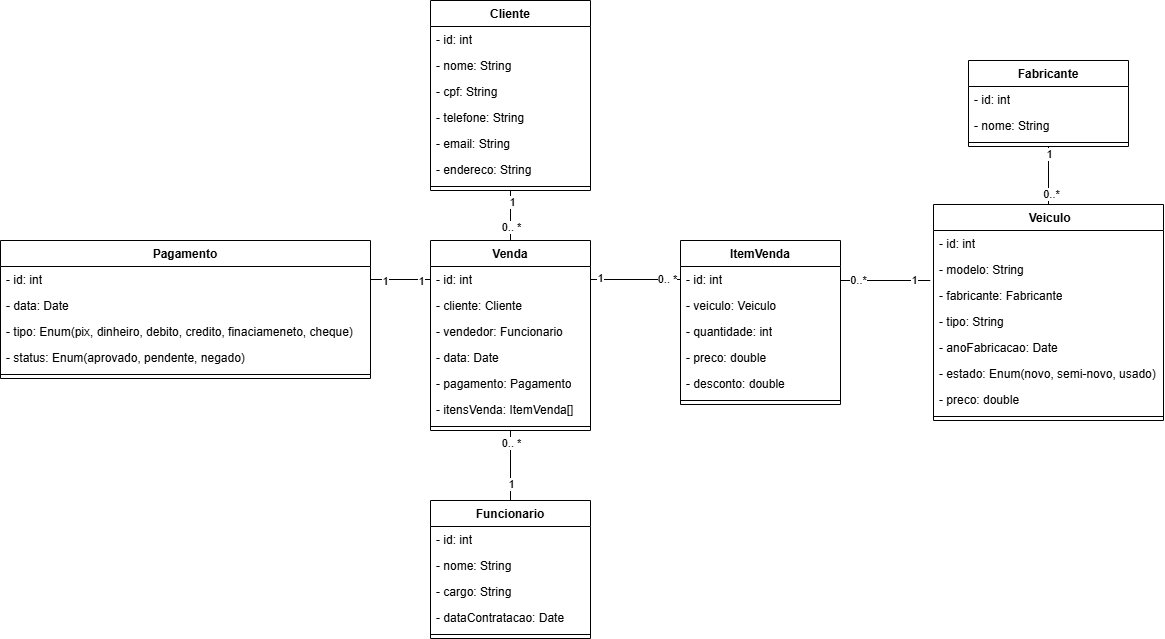
Above: uml/POO Modelagem.drawio.png in NickMLN/Concessionaria-Java (draw.io), before the change. Source tidied: cells renumbered, new cells last; positions are measured from the earlier drawing's top-left corner, leaving out a move shared by most shapes.
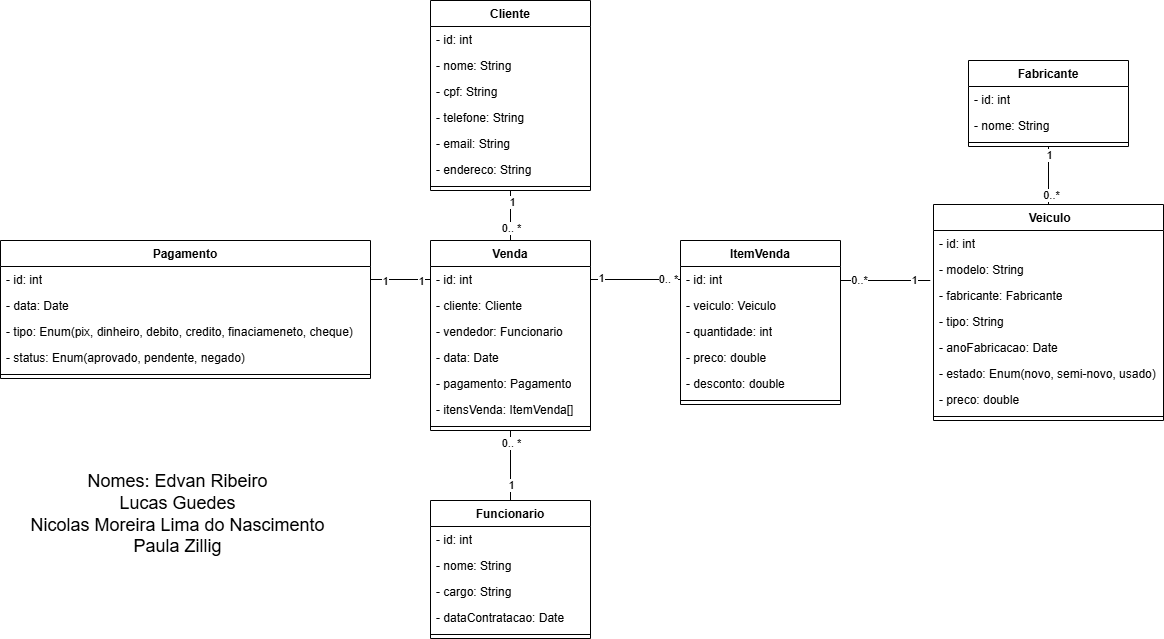
The same diagram one commit later.

Diff of the diagram source:
```diff
@@ -211,5 +211,8 @@
     <mxCell id="67" value="1" style="edgeLabel;html=1;align=center;verticalAlign=middle;" parent="65" vertex="1">
       <mxGeometry x="0.64" y="1" relative="1" as="geometry" />
     </mxCell>
+    <mxCell id="68" value="&lt;font style=&quot;text-wrap-mode: nowrap;&quot;&gt;Nomes: Edvan Ribeiro&lt;/font&gt;&lt;div style=&quot;text-wrap-mode: nowrap;&quot;&gt;&lt;font&gt;Lucas Guedes&lt;/font&gt;&lt;/div&gt;&lt;div style=&quot;text-wrap-mode: nowrap;&quot;&gt;&lt;font&gt;Nicolas Moreira Lima do Nascimento&lt;/font&gt;&lt;/div&gt;&lt;div style=&quot;text-wrap-mode: nowrap;&quot;&gt;&lt;font&gt;Paula Zillig&lt;/font&gt;&lt;/div&gt;" style="text;html=1;align=center;verticalAlign=middle;whiteSpace=wrap;rounded=0;fontSize=18;" parent="1" vertex="1">
+      <mxGeometry y="404" width="355" height="220" as="geometry" />
+    </mxCell>
   </root>
 </mxGraphModel>
```
